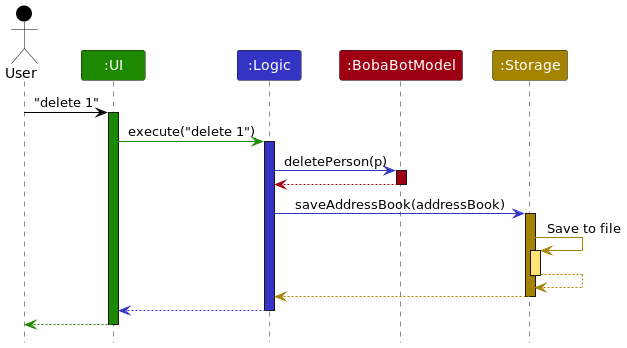
Before: docs/images/ArchitectureSequenceDiagram.png, a diagram exported from PlantUML (nus-cs2103-AY2223S1/tp).
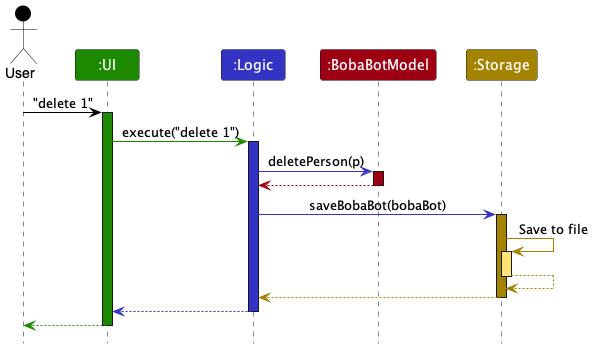
The same file after the commit.

Diff of the diagram source:
```diff
@@ -19,7 +19,7 @@
 model -[MODEL_COLOR]-> logic
 deactivate model
 
-logic -[LOGIC_COLOR]> storage : saveAddressBook(addressBook)
+logic -[LOGIC_COLOR]> storage : saveBobaBot(bobaBot)
 activate storage STORAGE_COLOR
 
 storage -[STORAGE_COLOR]> storage : Save to file
```
